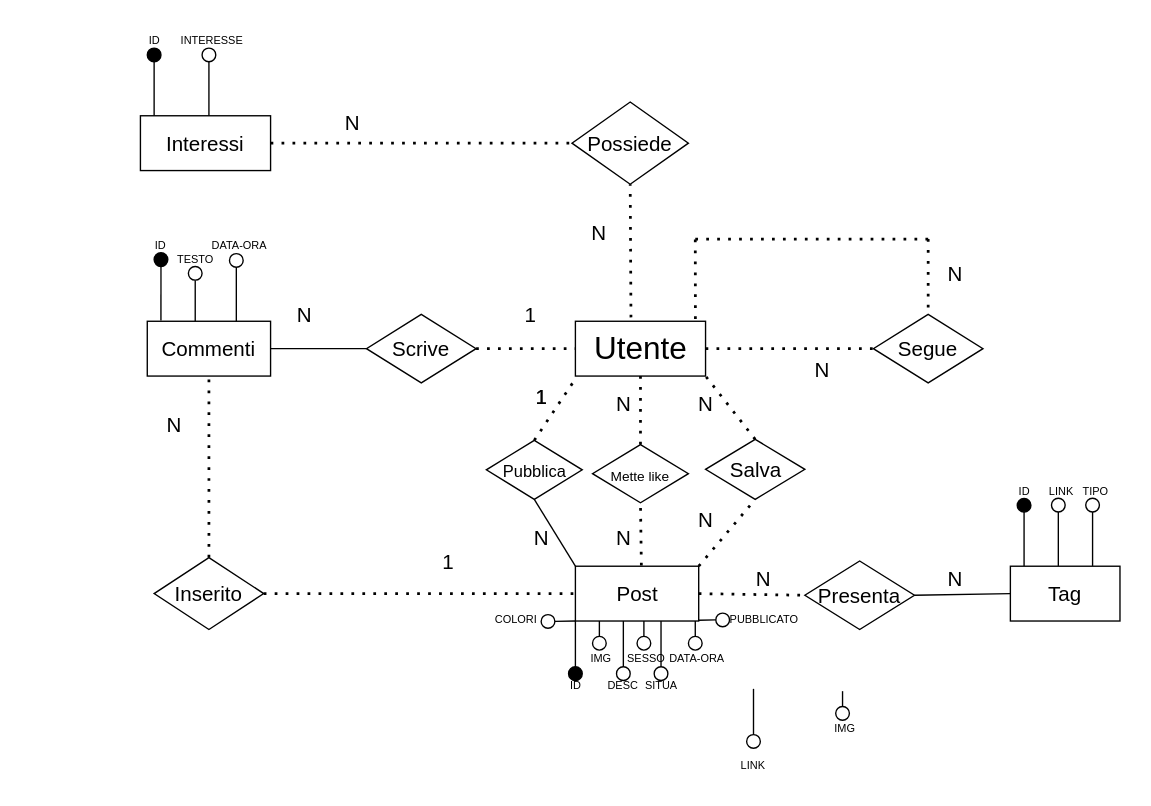
Earlier version of the draw.io diagram Untitled Diagram.drawio (ddauny/hypebest). Source tidied: cells renumbered, new cells numbered last; positions are measured from the earlier drawing's top-left corner, leaving out a move shared by most shapes. Both pictures are drawn from the tidied source at 137%, with x=0, y=0 at pixel (122, 23).
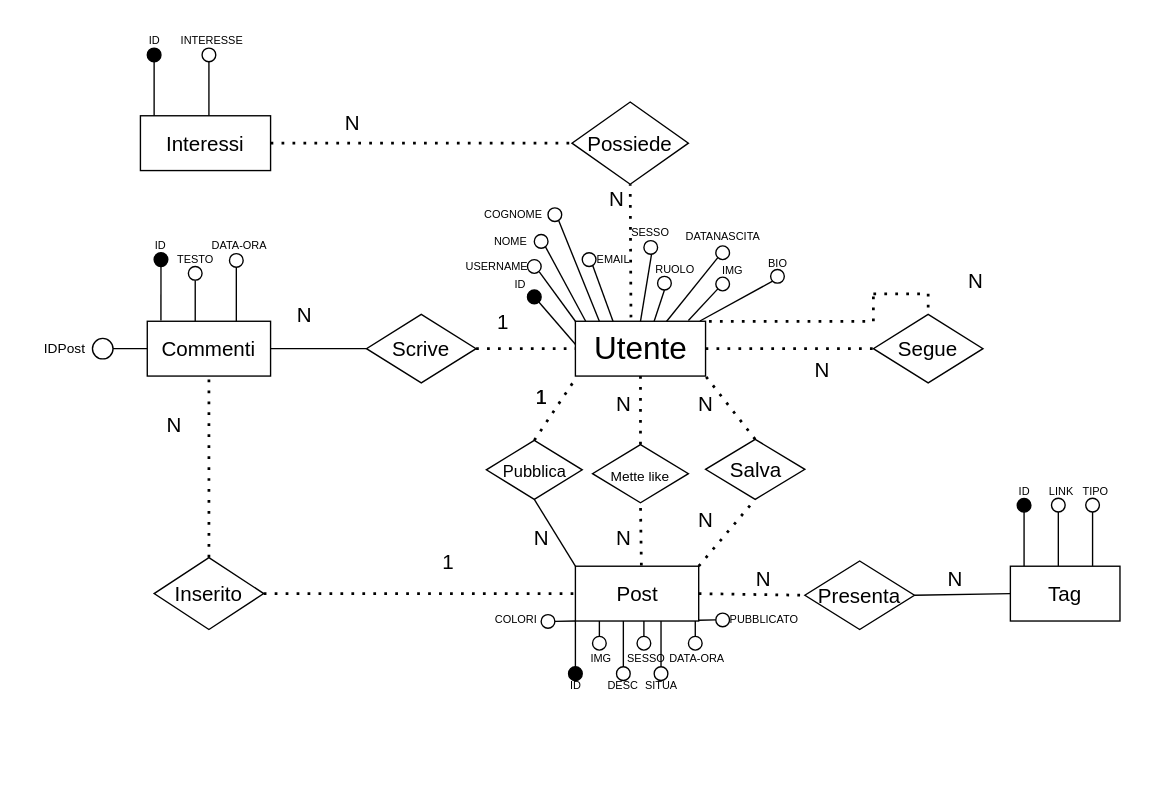
The same diagram, later.

Unchanged cells that the change refers to:
```xml
<mxCell id="2" value="&lt;font style=&quot;font-size: 23px&quot;&gt;Utente&lt;/font&gt;" style="rounded=0;whiteSpace=wrap;html=1;" parent="1" vertex="1">
  <mxGeometry x="330.5" y="217" width="95" height="40" as="geometry" />
</mxCell>
<mxCell id="6" value="Segue" style="rhombus;whiteSpace=wrap;html=1;fontSize=15;" parent="1" vertex="1">
  <mxGeometry x="548" y="212" width="80" height="50" as="geometry" />
</mxCell>
<mxCell id="8" value="Commenti" style="rounded=0;whiteSpace=wrap;html=1;fontSize=15;" parent="1" vertex="1">
  <mxGeometry x="18" y="217" width="90" height="40" as="geometry" />
</mxCell>
```

The edit, as a diff of the source:
```diff
@@
     <mxCell id="19" style="endArrow=none;dashed=1;html=1;dashPattern=1 3;strokeWidth=2;rounded=0;fontSize=15;entryX=0.5;entryY=0;entryDx=0;entryDy=0;" parent="1" edge="1" target="6">
       <mxGeometry relative="1" as="geometry">
-        <mxPoint x="588" y="157" as="sourcePoint" />
+        <mxPoint x="588" y="197" as="sourcePoint" />
       </mxGeometry>
     </mxCell>
-    <mxCell id="20" style="endArrow=none;dashed=1;html=1;dashPattern=1 3;strokeWidth=2;rounded=0;fontSize=15;" parent="1" edge="1">
-      <mxGeometry relative="1" as="geometry">
-        <mxPoint x="418" y="157" as="sourcePoint" />
-        <mxPoint x="588" y="157" as="targetPoint" />
-      </mxGeometry>
-    </mxCell>
-    <mxCell id="21" style="endArrow=none;dashed=1;html=1;dashPattern=1 3;strokeWidth=2;rounded=0;fontSize=15;exitX=0.922;exitY=-0.041;exitDx=0;exitDy=0;exitPerimeter=0;" parent="1" edge="1" source="2">
-      <mxGeometry relative="1" as="geometry">
-        <mxPoint x="418" y="157" as="targetPoint" />
-      </mxGeometry>
-    </mxCell>
@@
     <mxCell id="30" value="N" style="text;html=1;strokeColor=none;fillColor=none;align=center;verticalAlign=middle;whiteSpace=wrap;rounded=0;fontSize=15;" parent="1" vertex="1">
-      <mxGeometry x="578" y="167" width="60" height="30" as="geometry" />
+      <mxGeometry x="608" y="177" width="30" height="20" as="geometry" />
     </mxCell>
@@
+    <mxCell id="104" style="edgeStyle=orthogonalEdgeStyle;rounded=0;jettySize=auto;html=1;fontSize=8;strokeColor=#FFFFFF;" parent="1" edge="1" source="33" target="110">
+      <mxGeometry relative="1" as="geometry" />
+    </mxCell>
     <mxCell id="33" value="N" style="text;html=1;strokeColor=none;fillColor=none;align=center;verticalAlign=middle;whiteSpace=wrap;rounded=0;fontSize=15;" parent="1" vertex="1">
-      <mxGeometry x="318" y="137" width="60" height="30" as="geometry" />
+      <mxGeometry x="345.5" y="117" width="30" height="20" as="geometry" />
     </mxCell>
     <mxCell id="34" value="1" style="text;html=1;strokeColor=none;fillColor=none;align=center;verticalAlign=middle;whiteSpace=wrap;rounded=0;fontSize=15;" parent="1" vertex="1">
-      <mxGeometry x="268" y="197" width="60" height="30" as="geometry" />
+      <mxGeometry x="268" y="207" width="20" height="20" as="geometry" />
     </mxCell>
@@
-    <mxCell id="77" style="endArrow=none;html=1;rounded=0;exitX=0.111;exitY=-0.014;exitDx=0;exitDy=0;exitPerimeter=0;entryX=0.5;entryY=1;entryDx=0;entryDy=0;" parent="1" edge="1">
-      <mxGeometry relative="1" as="geometry">
-        <mxPoint x="460.5" y="524.7" as="sourcePoint" />
-        <mxPoint x="460.5" y="485.3" as="targetPoint" />
-      </mxGeometry>
-    </mxCell>
-    <mxCell id="78" value="LINK" style="text;html=1;strokeColor=none;fillColor=none;align=center;verticalAlign=middle;whiteSpace=wrap;rounded=0;fontSize=8;" parent="1" vertex="1">
-      <mxGeometry x="438" y="528.7" width="45" height="24.4" as="geometry" />
-    </mxCell>
-    <mxCell id="79" style="ellipse;whiteSpace=wrap;html=1;fillColor=#FFFFFF;" parent="1" vertex="1">
-      <mxGeometry x="455.5" y="518.7" width="10" height="10" as="geometry" />
-    </mxCell>
@@
-    <mxCell id="86" style="endArrow=none;html=1;rounded=0;entryX=0.5;entryY=1;entryDx=0;entryDy=0;" parent="1" edge="1">
-      <mxGeometry relative="1" as="geometry">
-        <mxPoint x="525.5" y="498.2" as="sourcePoint" />
-        <mxPoint x="525.5" y="487" as="targetPoint" />
-      </mxGeometry>
-    </mxCell>
-    <mxCell id="87" value="IMG" style="text;html=1;strokeColor=none;fillColor=none;align=center;verticalAlign=middle;whiteSpace=wrap;rounded=0;fontSize=8;" parent="1" vertex="1">
-      <mxGeometry x="505.5" y="508.2" width="42.5" height="12.2" as="geometry" />
-    </mxCell>
-    <mxCell id="88" style="ellipse;whiteSpace=wrap;html=1;fillColor=#FFFFFF;" parent="1" vertex="1">
-      <mxGeometry x="520.5" y="498.2" width="10" height="10" as="geometry" />
-    </mxCell>
@@
+    <mxCell id="105" style="endArrow=none;html=1;rounded=0;entryX=0.001;entryY=0.425;entryDx=0;entryDy=0;entryPerimeter=0;startArrow=none;" parent="1" edge="1" source="107" target="2">
+      <mxGeometry relative="1" as="geometry" />
+    </mxCell>
+    <mxCell id="106" value="ID" style="text;html=1;strokeColor=none;fillColor=none;align=center;verticalAlign=middle;whiteSpace=wrap;rounded=0;fontSize=8;" parent="1" vertex="1">
+      <mxGeometry x="268" y="177.6" width="45" height="24.4" as="geometry" />
+    </mxCell>
+    <mxCell id="107" style="ellipse;whiteSpace=wrap;html=1;fillColor=#000000;" parent="1" vertex="1">
+      <mxGeometry x="295.5" y="194.2" width="10" height="10" as="geometry" />
+    </mxCell>
+    <mxCell id="108" style="endArrow=none;html=1;rounded=0;entryX=-0.007;entryY=0.395;entryDx=0;entryDy=0;entryPerimeter=0;" parent="1" edge="1" target="107">
+      <mxGeometry relative="1" as="geometry">
+        <mxPoint x="298" y="197" as="sourcePoint" />
+      </mxGeometry>
+    </mxCell>
+    <mxCell id="109" style="endArrow=none;html=1;rounded=0;exitX=0.75;exitY=0;exitDx=0;exitDy=0;entryX=0;entryY=0;entryDx=0;entryDy=0;" parent="1" edge="1" source="106" target="2">
+      <mxGeometry relative="1" as="geometry" />
+    </mxCell>
+    <mxCell id="110" value="USERNAME" style="text;html=1;strokeColor=none;fillColor=none;align=center;verticalAlign=middle;whiteSpace=wrap;rounded=0;fontSize=8;" parent="1" vertex="1">
+      <mxGeometry x="250.5" y="164.8" width="45" height="24.4" as="geometry" />
+    </mxCell>
+    <mxCell id="111" style="edgeStyle=orthogonalEdgeStyle;rounded=0;jettySize=auto;html=1;exitX=1;exitY=1;exitDx=0;exitDy=0;fontSize=8;strokeColor=#FFFFFF;" parent="1" edge="1" source="112">
+      <mxGeometry relative="1" as="geometry">
+        <mxPoint x="306.6" y="167" as="targetPoint" />
+      </mxGeometry>
+    </mxCell>
+    <mxCell id="112" style="ellipse;whiteSpace=wrap;html=1;fillColor=#FFFFFF;" parent="1" vertex="1">
+      <mxGeometry x="295.5" y="172" width="10" height="10" as="geometry" />
+    </mxCell>
+    <mxCell id="113" style="endArrow=none;html=1;rounded=0;exitX=0.75;exitY=0;exitDx=0;exitDy=0;entryX=0.079;entryY=0;entryDx=0;entryDy=0;entryPerimeter=0;" parent="1" edge="1" target="2">
+      <mxGeometry relative="1" as="geometry">
+        <mxPoint x="306.8" y="159.2" as="sourcePoint" />
+      </mxGeometry>
+    </mxCell>
+    <mxCell id="114" value="NOME" style="text;html=1;strokeColor=none;fillColor=none;align=center;verticalAlign=middle;whiteSpace=wrap;rounded=0;fontSize=8;" parent="1" vertex="1">
+      <mxGeometry x="260.5" y="146.5" width="45" height="24.4" as="geometry" />
+    </mxCell>
+    <mxCell id="115" style="ellipse;whiteSpace=wrap;html=1;fillColor=#FFFFFF;" parent="1" vertex="1">
+      <mxGeometry x="300.5" y="153.7" width="10" height="10" as="geometry" />
+    </mxCell>
+    <mxCell id="116" style="endArrow=none;html=1;rounded=0;exitX=0.75;exitY=0;exitDx=0;exitDy=0;entryX=0.184;entryY=0;entryDx=0;entryDy=0;entryPerimeter=0;" parent="1" edge="1" target="2">
+      <mxGeometry relative="1" as="geometry">
+        <mxPoint x="316.8" y="139.8" as="sourcePoint" />
+      </mxGeometry>
+    </mxCell>
+    <mxCell id="117" value="COGNOME" style="text;html=1;strokeColor=none;fillColor=none;align=center;verticalAlign=middle;whiteSpace=wrap;rounded=0;fontSize=8;" parent="1" vertex="1">
+      <mxGeometry x="263" y="127" width="45" height="24.4" as="geometry" />
+    </mxCell>
+    <mxCell id="118" style="ellipse;whiteSpace=wrap;html=1;fillColor=#FFFFFF;" parent="1" vertex="1">
+      <mxGeometry x="310.5" y="134.2" width="10" height="10" as="geometry" />
+    </mxCell>
+    <mxCell id="119" style="endArrow=none;html=1;rounded=0;exitX=0.75;exitY=0;exitDx=0;exitDy=0;entryX=0.289;entryY=0;entryDx=0;entryDy=0;entryPerimeter=0;" parent="1" edge="1" target="2">
+      <mxGeometry relative="1" as="geometry">
+        <mxPoint x="341.8" y="172.6" as="sourcePoint" />
+      </mxGeometry>
+    </mxCell>
+    <mxCell id="120" value="EMAIL" style="text;html=1;strokeColor=none;fillColor=none;align=center;verticalAlign=middle;whiteSpace=wrap;rounded=0;fontSize=8;" parent="1" vertex="1">
+      <mxGeometry x="335.5" y="159.8" width="45" height="24.4" as="geometry" />
+    </mxCell>
+    <mxCell id="121" style="ellipse;whiteSpace=wrap;html=1;fillColor=#FFFFFF;" parent="1" vertex="1">
+      <mxGeometry x="335.5" y="167" width="10" height="10" as="geometry" />
+    </mxCell>
+    <mxCell id="122" style="endArrow=none;html=1;rounded=0;exitX=0.75;exitY=0;exitDx=0;exitDy=0;entryX=0.5;entryY=0;entryDx=0;entryDy=0;" parent="1" edge="1" target="2">
+      <mxGeometry relative="1" as="geometry">
+        <mxPoint x="386.8" y="163.7" as="sourcePoint" />
+      </mxGeometry>
+    </mxCell>
+    <mxCell id="123" value="SESSO" style="text;html=1;strokeColor=none;fillColor=none;align=center;verticalAlign=middle;whiteSpace=wrap;rounded=0;fontSize=8;" parent="1" vertex="1">
+      <mxGeometry x="363" y="139.8" width="45" height="24.4" as="geometry" />
+    </mxCell>
+    <mxCell id="124" style="ellipse;whiteSpace=wrap;html=1;fillColor=#FFFFFF;" parent="1" vertex="1">
+      <mxGeometry x="380.5" y="158.1" width="10" height="10" as="geometry" />
+    </mxCell>
+    <mxCell id="125" style="endArrow=none;dashed=1;html=1;dashPattern=1 3;strokeWidth=2;rounded=0;fontSize=8;" parent="1" edge="1">
+      <mxGeometry relative="1" as="geometry">
+        <mxPoint x="548" y="197" as="sourcePoint" />
+        <mxPoint x="588" y="197" as="targetPoint" />
+      </mxGeometry>
+    </mxCell>
+    <mxCell id="126" style="endArrow=none;dashed=1;html=1;dashPattern=1 3;strokeWidth=2;rounded=0;fontSize=8;" parent="1" edge="1">
+      <mxGeometry relative="1" as="geometry">
+        <mxPoint x="548" y="217" as="sourcePoint" />
+        <mxPoint x="548" y="197" as="targetPoint" />
+      </mxGeometry>
+    </mxCell>
+    <mxCell id="127" style="endArrow=none;dashed=1;html=1;dashPattern=1 3;strokeWidth=2;rounded=0;fontSize=8;" parent="1" edge="1">
+      <mxGeometry relative="1" as="geometry">
+        <mxPoint x="428" y="217" as="sourcePoint" />
+        <mxPoint x="548" y="217" as="targetPoint" />
+      </mxGeometry>
+    </mxCell>
+    <mxCell id="128" style="endArrow=none;html=1;rounded=0;entryX=0.605;entryY=0;entryDx=0;entryDy=0;entryPerimeter=0;exitX=0.5;exitY=1;exitDx=0;exitDy=0;" parent="1" edge="1" source="130" target="2">
+      <mxGeometry relative="1" as="geometry" />
+    </mxCell>
+    <mxCell id="129" value="RUOLO" style="text;html=1;strokeColor=none;fillColor=none;align=center;verticalAlign=middle;whiteSpace=wrap;rounded=0;fontSize=8;" parent="1" vertex="1">
+      <mxGeometry x="380.5" y="167" width="45" height="24.4" as="geometry" />
+    </mxCell>
+    <mxCell id="130" style="ellipse;whiteSpace=wrap;html=1;fillColor=#FFFFFF;" parent="1" vertex="1">
+      <mxGeometry x="390.5" y="184.2" width="10" height="10" as="geometry" />
+    </mxCell>
+    <mxCell id="131" style="endArrow=none;html=1;rounded=0;exitX=0;exitY=1;exitDx=0;exitDy=0;entryX=0.7;entryY=0.005;entryDx=0;entryDy=0;entryPerimeter=0;" parent="1" edge="1" source="133" target="2">
+      <mxGeometry relative="1" as="geometry" />
+    </mxCell>
+    <mxCell id="132" value="DATANASCITA" style="text;html=1;strokeColor=none;fillColor=none;align=center;verticalAlign=middle;whiteSpace=wrap;rounded=0;fontSize=8;" parent="1" vertex="1">
+      <mxGeometry x="415.5" y="142.6" width="45" height="24.4" as="geometry" />
+    </mxCell>
+    <mxCell id="133" style="ellipse;whiteSpace=wrap;html=1;fillColor=#FFFFFF;" parent="1" vertex="1">
+      <mxGeometry x="433" y="162" width="10" height="10" as="geometry" />
+    </mxCell>
+    <mxCell id="134" style="endArrow=none;html=1;rounded=0;exitX=0;exitY=1;exitDx=0;exitDy=0;entryX=0.868;entryY=-0.015;entryDx=0;entryDy=0;entryPerimeter=0;" parent="1" edge="1" source="135" target="2">
+      <mxGeometry relative="1" as="geometry" />
+    </mxCell>
+    <mxCell id="87" value="IMG" style="text;html=1;strokeColor=none;fillColor=none;align=center;verticalAlign=middle;whiteSpace=wrap;rounded=0;fontSize=8;" parent="1" vertex="1">
+      <mxGeometry x="423" y="168.1" width="45" height="24.4" as="geometry" />
+    </mxCell>
+    <mxCell id="135" style="ellipse;whiteSpace=wrap;html=1;fillColor=#FFFFFF;" parent="1" vertex="1">
+      <mxGeometry x="433" y="184.8" width="10" height="10" as="geometry" />
+    </mxCell>
+    <mxCell id="136" style="endArrow=none;html=1;rounded=0;entryX=0.957;entryY=-0.005;entryDx=0;entryDy=0;entryPerimeter=0;exitX=0;exitY=1;exitDx=0;exitDy=0;" parent="1" edge="1" source="138" target="2">
+      <mxGeometry relative="1" as="geometry" />
+    </mxCell>
+    <mxCell id="137" value="BIO" style="text;html=1;strokeColor=none;fillColor=none;align=center;verticalAlign=middle;whiteSpace=wrap;rounded=0;fontSize=8;" parent="1" vertex="1">
+      <mxGeometry x="455.5" y="162.6" width="45" height="24.4" as="geometry" />
+    </mxCell>
+    <mxCell id="138" style="ellipse;whiteSpace=wrap;html=1;fillColor=#FFFFFF;" parent="1" vertex="1">
+      <mxGeometry x="473" y="179.2" width="10" height="10" as="geometry" />
+    </mxCell>
+    <mxCell id="139" style="endArrow=none;html=1;rounded=0;fontSize=8;strokeColor=#000000;entryX=0;entryY=0.5;entryDx=0;entryDy=0;" parent="1" edge="1" target="8">
+      <mxGeometry relative="1" as="geometry">
+        <mxPoint x="-22" y="237" as="sourcePoint" />
+      </mxGeometry>
+    </mxCell>
+    <mxCell id="140" style="ellipse;whiteSpace=wrap;html=1;fontSize=8;strokeColor=#000000;fillColor=#FFFFFF;" parent="1" vertex="1">
+      <mxGeometry x="-22" y="229.5" width="15" height="15" as="geometry" />
+    </mxCell>
+    <mxCell id="141" value="&lt;font style=&quot;font-size: 10px&quot;&gt;IDPost&lt;/font&gt;" style="text;html=1;strokeColor=none;fillColor=none;align=center;verticalAlign=middle;whiteSpace=wrap;rounded=0;fontSize=8;" parent="1" vertex="1">
+      <mxGeometry x="-72" y="222" width="60" height="30" as="geometry" />
+    </mxCell>
```
